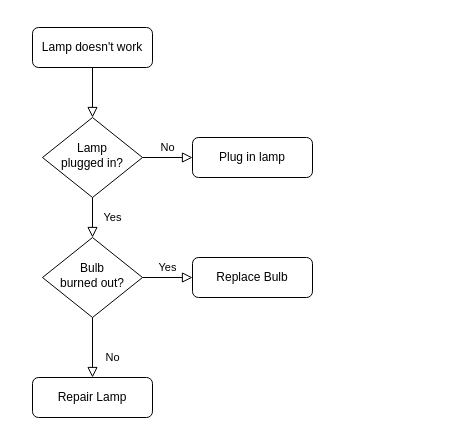
Earlier version of the draw.io diagram 开题答辩-实施方案.drawio (duzhenchang/diagrams). Source tidied: cells renumbered, new cells numbered last; positions are measured from the earlier drawing's top-left corner, leaving out a move shared by most shapes. Both pictures are drawn from the tidied source at 100%, with x=0, y=0 at pixel (32, 27).
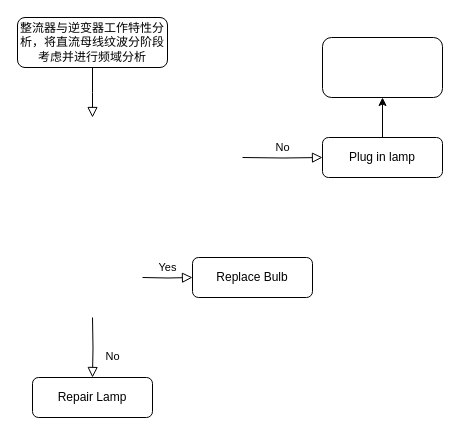
Above is the later version.

Commit message:
更新开题答辩-实施方案.drawio

What changed in the source:
```diff
@@
 <mxGraphModel>
   <root>
     <mxCell id="0" />
     <mxCell id="1" parent="0" />
-    <mxCell id="2" style="rounded=0;html=1;jettySize=auto;fontSize=11;endArrow=block;endFill=0;endSize=8;strokeWidth=1;shadow=0;labelBackgroundColor=none;edgeStyle=orthogonalEdgeStyle;" parent="1" edge="1" source="3" target="6">
-      <mxGeometry relative="1" as="geometry" />
+    <mxCell id="2" style="rounded=0;html=1;jettySize=auto;fontSize=11;endArrow=block;endFill=0;endSize=8;strokeWidth=1;shadow=0;labelBackgroundColor=none;edgeStyle=orthogonalEdgeStyle;" parent="1" edge="1" source="3">
+      <mxGeometry relative="1" as="geometry">
+        <mxPoint x="60" y="90" as="targetPoint" />
+      </mxGeometry>
     </mxCell>
-    <mxCell id="3" value="Lamp doesn't work" style="rounded=1;whiteSpace=wrap;html=1;fontSize=12;glass=0;strokeWidth=1;shadow=0;" parent="1" vertex="1">
-      <mxGeometry width="120" height="40" as="geometry" />
+    <mxCell id="3" value="整流器与逆变器工作特性分析，将直流母线纹波分阶段考虑并进行频域分析" style="rounded=1;whiteSpace=wrap;html=1;fontSize=12;glass=0;strokeWidth=1;shadow=0;" parent="1" vertex="1">
+      <mxGeometry x="-15" y="-10" width="150" height="50" as="geometry" />
     </mxCell>
-    <mxCell id="4" value="Yes" style="rounded=0;html=1;jettySize=auto;fontSize=11;endArrow=block;endFill=0;endSize=8;strokeWidth=1;shadow=0;labelBackgroundColor=none;edgeStyle=orthogonalEdgeStyle;" parent="1" edge="1" source="6" target="10">
-      <mxGeometry y="20" relative="1" as="geometry" />
-    </mxCell>
-    <mxCell id="5" value="No" style="edgeStyle=orthogonalEdgeStyle;rounded=0;html=1;jettySize=auto;fontSize=11;endArrow=block;endFill=0;endSize=8;strokeWidth=1;shadow=0;labelBackgroundColor=none;" parent="1" edge="1" source="6" target="7">
-      <mxGeometry y="10" relative="1" as="geometry" />
+    <mxCell id="5" value="No" style="edgeStyle=orthogonalEdgeStyle;rounded=0;jettySize=auto;fontSize=11;endArrow=block;endFill=0;endSize=8;strokeWidth=1;shadow=0;labelBackgroundColor=none;html=1;" parent="1" edge="1" target="7">
+      <mxGeometry y="10" relative="1" as="geometry">
+        <mxPoint x="210" y="130" as="sourcePoint" />
+      </mxGeometry>
     </mxCell>
-    <mxCell id="6" value="Lamp&lt;br&gt;plugged in?" style="rhombus;whiteSpace=wrap;html=1;shadow=0;fontFamily=Helvetica;fontSize=12;align=center;strokeWidth=1;spacing=6;spacingTop=-4;" parent="1" vertex="1">
-      <mxGeometry x="10" y="90" width="100" height="80" as="geometry" />
-    </mxCell>
+    <mxCell id="13" style="edgeStyle=orthogonalEdgeStyle;rounded=0;jettySize=auto;html=1;labelBackgroundColor=none;" parent="1" edge="1" source="7" target="14">
+      <mxGeometry relative="1" as="geometry" />
+    </mxCell>
     <mxCell id="7" value="Plug in lamp" style="rounded=1;whiteSpace=wrap;html=1;fontSize=12;glass=0;strokeWidth=1;shadow=0;" parent="1" vertex="1">
-      <mxGeometry x="160" y="110" width="120" height="40" as="geometry" />
+      <mxGeometry x="290" y="110" width="120" height="40" as="geometry" />
     </mxCell>
-    <mxCell id="8" value="No" style="rounded=0;html=1;jettySize=auto;fontSize=11;endArrow=block;endFill=0;endSize=8;strokeWidth=1;shadow=0;labelBackgroundColor=none;edgeStyle=orthogonalEdgeStyle;" parent="1" edge="1" source="10" target="11">
-      <mxGeometry x="0.33" y="20" relative="1" as="geometry" />
+    <mxCell id="8" value="No" style="rounded=0;html=1;jettySize=auto;fontSize=11;endArrow=block;endFill=0;endSize=8;strokeWidth=1;shadow=0;labelBackgroundColor=none;edgeStyle=orthogonalEdgeStyle;" parent="1" edge="1" target="11">
+      <mxGeometry x="0.33" y="20" relative="1" as="geometry">
+        <mxPoint x="60" y="290" as="sourcePoint" />
+      </mxGeometry>
     </mxCell>
-    <mxCell id="9" value="Yes" style="edgeStyle=orthogonalEdgeStyle;rounded=0;html=1;jettySize=auto;fontSize=11;endArrow=block;endFill=0;endSize=8;strokeWidth=1;shadow=0;labelBackgroundColor=none;" parent="1" edge="1" source="10" target="12">
-      <mxGeometry y="10" relative="1" as="geometry" />
+    <mxCell id="9" value="Yes" style="edgeStyle=orthogonalEdgeStyle;rounded=0;html=1;jettySize=auto;fontSize=11;endArrow=block;endFill=0;endSize=8;strokeWidth=1;shadow=0;labelBackgroundColor=none;" parent="1" edge="1" target="12">
+      <mxGeometry y="10" relative="1" as="geometry">
+        <mxPoint x="110" y="250" as="sourcePoint" />
+      </mxGeometry>
     </mxCell>
-    <mxCell id="10" value="Bulb&lt;br&gt;burned out?" style="rhombus;whiteSpace=wrap;html=1;shadow=0;fontFamily=Helvetica;fontSize=12;align=center;strokeWidth=1;spacing=6;spacingTop=-4;" parent="1" vertex="1">
-      <mxGeometry x="10" y="210" width="100" height="80" as="geometry" />
-    </mxCell>
     <mxCell id="11" value="Repair Lamp" style="rounded=1;whiteSpace=wrap;html=1;fontSize=12;glass=0;strokeWidth=1;shadow=0;" parent="1" vertex="1">
       <mxGeometry y="350" width="120" height="40" as="geometry" />
     </mxCell>
     <mxCell id="12" value="Replace Bulb" style="rounded=1;whiteSpace=wrap;html=1;fontSize=12;glass=0;strokeWidth=1;shadow=0;" parent="1" vertex="1">
       <mxGeometry x="160" y="230" width="120" height="40" as="geometry" />
     </mxCell>
+    <mxCell id="14" style="whiteSpace=wrap;html=1;rounded=1;glass=0;strokeWidth=1;shadow=0;" parent="1" vertex="1">
+      <mxGeometry x="290" y="10" width="120" height="60" as="geometry" />
+    </mxCell>
   </root>
 </mxGraphModel>
```
